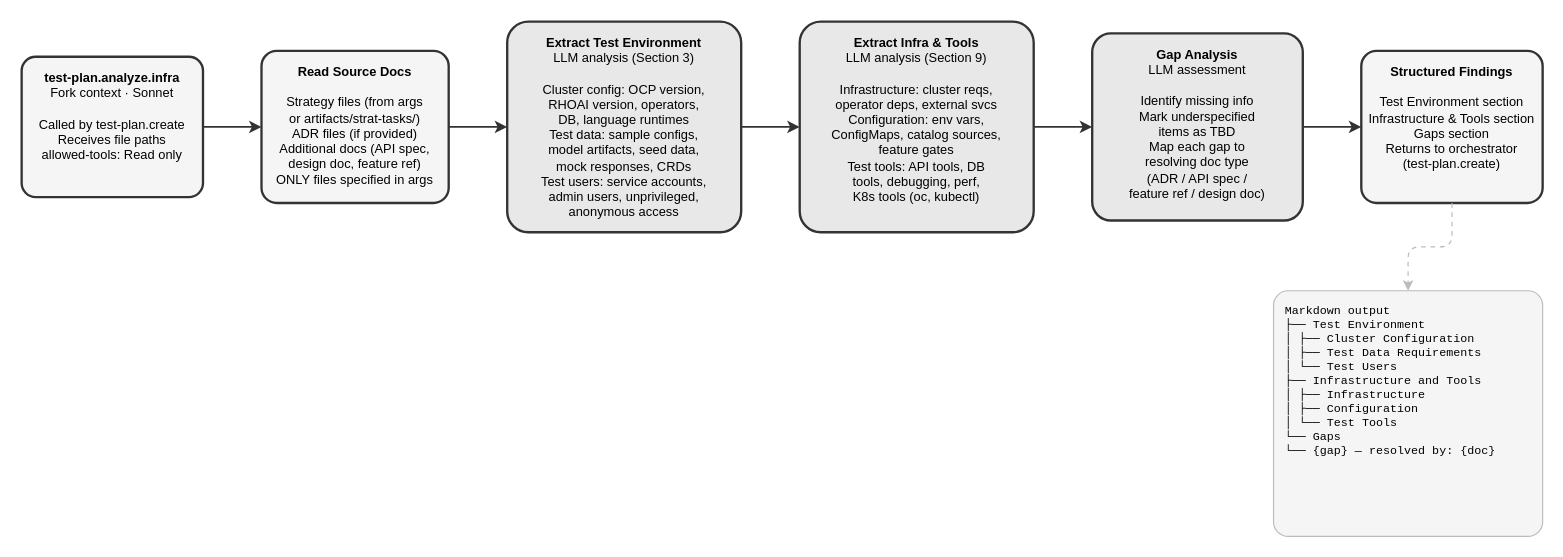
opendatahub-io/skills-registry keeps this draw.io diagram as site/docs/plugins/test-plan/test-plan.analyze.infra.drawio. Above is the earlier version. Source tidied: cells renumbered, new cells numbered last; positions are measured from the earlier drawing's top-left corner, leaving out a move shared by most shapes. Both pictures are drawn from the tidied source at 117%, with x=0, y=0 at pixel (21, 21).
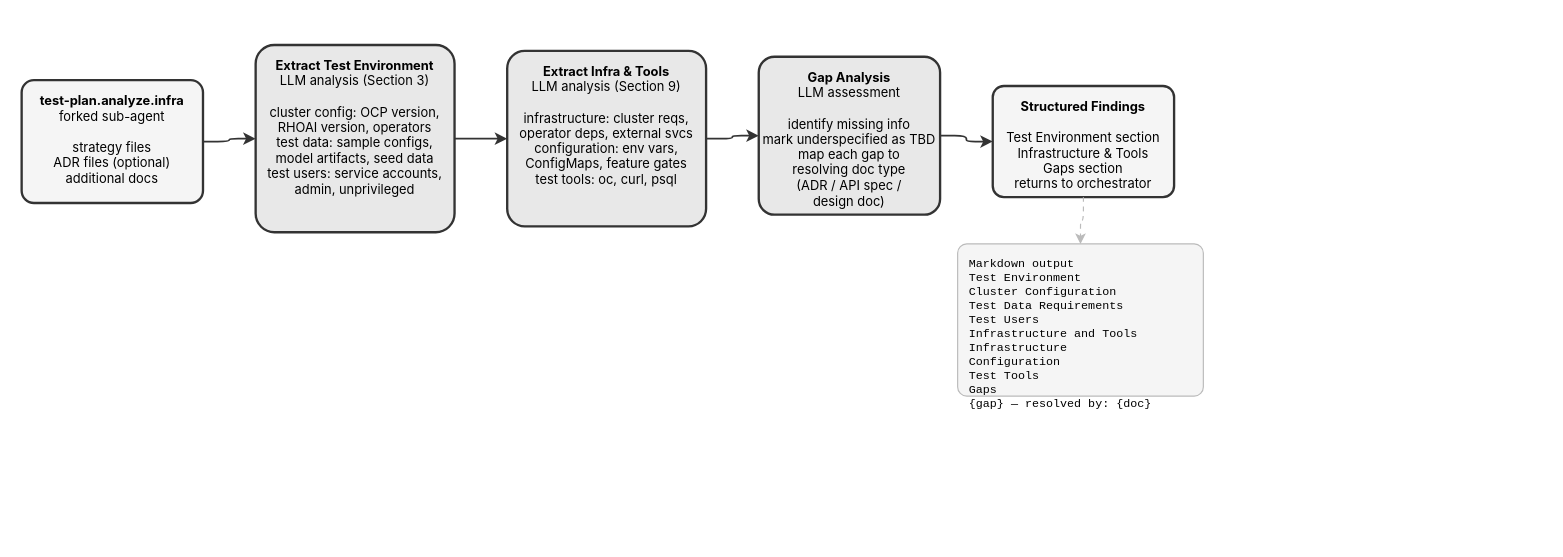
After the change.

Change to the diagram source:
```diff
@@
 <mxGraphModel>
   <root>
     <mxCell id="0" />
     <mxCell id="1" parent="0" />
-    <mxCell id="2" value="&lt;b&gt;test-plan.analyze.infra&lt;/b&gt;&lt;br&gt;Fork context · Sonnet&lt;br&gt;&lt;br&gt;Called by test-plan.create&lt;br&gt;Receives file paths&lt;br&gt;allowed-tools: Read only" style="rounded=1;whiteSpace=wrap;html=1;fillColor=#f5f5f5;strokeColor=#333333;strokeWidth=2;arcSize=10;verticalAlign=top;spacingTop=5;fontSize=11;" parent="1" vertex="1">
-      <mxGeometry y="30" width="155" height="120" as="geometry" />
+    <mxCell id="2" value="&lt;b&gt;test-plan.analyze.infra&lt;/b&gt;&lt;br&gt;forked sub-agent&lt;br&gt;&lt;br&gt;strategy files&lt;br&gt;ADR files (optional)&lt;br&gt;additional docs" style="rounded=1;whiteSpace=wrap;html=1;fillColor=#f5f5f5;strokeColor=#333333;strokeWidth=2;arcSize=10;verticalAlign=top;spacingTop=5;fontSize=11;fontFamily=Inter,Helvetica,Arial,sans-serif;" parent="1" vertex="1">
+      <mxGeometry y="50" width="155" height="105" as="geometry" />
     </mxCell>
-    <mxCell id="3" value="&lt;b&gt;Read Source Docs&lt;/b&gt;&lt;br&gt;&lt;br&gt;Strategy files (from args&lt;br&gt;or artifacts/strat-tasks/)&lt;br&gt;ADR files (if provided)&lt;br&gt;Additional docs (API spec,&lt;br&gt;design doc, feature ref)&lt;br&gt;ONLY files specified in args" style="rounded=1;whiteSpace=wrap;html=1;fillColor=#f5f5f5;strokeColor=#333333;strokeWidth=2;arcSize=10;verticalAlign=top;spacingTop=5;fontSize=11;" parent="1" vertex="1">
-      <mxGeometry x="205" y="25" width="160" height="130" as="geometry" />
-    </mxCell>
-    <mxCell id="4" value="&lt;b&gt;Extract Test Environment&lt;/b&gt;&lt;br&gt;LLM analysis (Section 3)&lt;br&gt;&lt;br&gt;Cluster config: OCP version,&lt;br&gt;RHOAI version, operators,&lt;br&gt;DB, language runtimes&lt;br&gt;Test data: sample configs,&lt;br&gt;model artifacts, seed data,&lt;br&gt;mock responses, CRDs&lt;br&gt;Test users: service accounts,&lt;br&gt;admin users, unprivileged,&lt;br&gt;anonymous access" style="rounded=1;whiteSpace=wrap;html=1;fillColor=#e8e8e8;strokeColor=#333333;strokeWidth=2;arcSize=10;verticalAlign=top;spacingTop=5;fontSize=11;" parent="1" vertex="1">
-      <mxGeometry x="415" width="200" height="180" as="geometry" />
+    <mxCell id="4" value="&lt;b&gt;Extract Test Environment&lt;/b&gt;&lt;br&gt;LLM analysis (Section 3)&lt;br&gt;&lt;br&gt;cluster config: OCP version,&lt;br&gt;RHOAI version, operators&lt;br&gt;test data: sample configs,&lt;br&gt;model artifacts, seed data&lt;br&gt;test users: service accounts,&lt;br&gt;admin, unprivileged" style="rounded=1;whiteSpace=wrap;html=1;fillColor=#e8e8e8;strokeColor=#333333;strokeWidth=2;arcSize=10;verticalAlign=top;spacingTop=5;fontSize=11;fontFamily=Inter,Helvetica,Arial,sans-serif;double=1;" parent="1" vertex="1">
+      <mxGeometry x="200" y="20" width="170" height="160" as="geometry" />
     </mxCell>
-    <mxCell id="5" value="&lt;b&gt;Extract Infra &amp;amp; Tools&lt;/b&gt;&lt;br&gt;LLM analysis (Section 9)&lt;br&gt;&lt;br&gt;Infrastructure: cluster reqs,&lt;br&gt;operator deps, external svcs&lt;br&gt;Configuration: env vars,&lt;br&gt;ConfigMaps, catalog sources,&lt;br&gt;feature gates&lt;br&gt;Test tools: API tools, DB&lt;br&gt;tools, debugging, perf,&lt;br&gt;K8s tools (oc, kubectl)" style="rounded=1;whiteSpace=wrap;html=1;fillColor=#e8e8e8;strokeColor=#333333;strokeWidth=2;arcSize=10;verticalAlign=top;spacingTop=5;fontSize=11;" parent="1" vertex="1">
-      <mxGeometry x="665" width="200" height="180" as="geometry" />
+    <mxCell id="5" value="&lt;b&gt;Extract Infra &amp; Tools&lt;/b&gt;&lt;br&gt;LLM analysis (Section 9)&lt;br&gt;&lt;br&gt;infrastructure: cluster reqs,&lt;br&gt;operator deps, external svcs&lt;br&gt;configuration: env vars,&lt;br&gt;ConfigMaps, feature gates&lt;br&gt;test tools: oc, curl, psql" style="rounded=1;whiteSpace=wrap;html=1;fillColor=#e8e8e8;strokeColor=#333333;strokeWidth=2;arcSize=10;verticalAlign=top;spacingTop=5;fontSize=11;fontFamily=Inter,Helvetica,Arial,sans-serif;double=1;" parent="1" vertex="1">
+      <mxGeometry x="415" y="25" width="170" height="150" as="geometry" />
     </mxCell>
-    <mxCell id="6" value="&lt;b&gt;Gap Analysis&lt;/b&gt;&lt;br&gt;LLM assessment&lt;br&gt;&lt;br&gt;Identify missing info&lt;br&gt;Mark underspecified&lt;br&gt;items as TBD&lt;br&gt;Map each gap to&lt;br&gt;resolving doc type&lt;br&gt;(ADR / API spec /&lt;br&gt;feature ref / design doc)" style="rounded=1;whiteSpace=wrap;html=1;fillColor=#e8e8e8;strokeColor=#333333;strokeWidth=2;arcSize=10;verticalAlign=top;spacingTop=5;fontSize=11;" parent="1" vertex="1">
-      <mxGeometry x="915" y="10" width="180" height="160" as="geometry" />
+    <mxCell id="6" value="&lt;b&gt;Gap Analysis&lt;/b&gt;&lt;br&gt;LLM assessment&lt;br&gt;&lt;br&gt;identify missing info&lt;br&gt;mark underspecified as TBD&lt;br&gt;map each gap to&lt;br&gt;resolving doc type&lt;br&gt;(ADR / API spec /&lt;br&gt;design doc)" style="rounded=1;whiteSpace=wrap;html=1;fillColor=#e8e8e8;strokeColor=#333333;strokeWidth=2;arcSize=10;verticalAlign=top;spacingTop=5;fontSize=11;fontFamily=Inter,Helvetica,Arial,sans-serif;double=1;" parent="1" vertex="1">
+      <mxGeometry x="630" y="30" width="155" height="135" as="geometry" />
     </mxCell>
-    <mxCell id="7" value="&lt;b&gt;Structured Findings&lt;/b&gt;&lt;br&gt;&lt;br&gt;Test Environment section&lt;br&gt;Infrastructure &amp;amp; Tools section&lt;br&gt;Gaps section&lt;br&gt;Returns to orchestrator&lt;br&gt;(test-plan.create)" style="rounded=1;whiteSpace=wrap;html=1;fillColor=#f5f5f5;strokeColor=#333333;strokeWidth=2;arcSize=10;verticalAlign=top;spacingTop=5;fontSize=11;" parent="1" vertex="1">
-      <mxGeometry x="1145" y="25" width="155" height="130" as="geometry" />
-    </mxCell>
+    <mxCell id="15" value="&lt;b&gt;Structured Findings&lt;/b&gt;&lt;br&gt;&lt;br&gt;Test Environment section&lt;br&gt;Infrastructure &amp; Tools&lt;br&gt;Gaps section&lt;br&gt;returns to orchestrator" style="rounded=1;whiteSpace=wrap;html=1;fillColor=#f5f5f5;strokeColor=#333333;strokeWidth=2;arcSize=10;verticalAlign=top;spacingTop=5;fontSize=11;fontFamily=Inter,Helvetica,Arial,sans-serif;" parent="1" vertex="1">
+      <mxGeometry x="830" y="55" width="155" height="95" as="geometry" />
+    </mxCell>
-    <mxCell id="8" value="Markdown output&lt;br&gt;├── Test Environment&lt;br&gt;│   ├── Cluster Configuration&lt;br&gt;│   ├── Test Data Requirements&lt;br&gt;│   └── Test Users&lt;br&gt;├── Infrastructure and Tools&lt;br&gt;│   ├── Infrastructure&lt;br&gt;│   ├── Configuration&lt;br&gt;│   └── Test Tools&lt;br&gt;└── Gaps&lt;br&gt;    └── {gap} — resolved by: {doc}" style="rounded=1;whiteSpace=wrap;html=1;fillColor=#f5f5f5;strokeColor=#bbbbbb;strokeWidth=1;arcSize=6;verticalAlign=top;spacingTop=5;align=left;spacingLeft=8;fontSize=10;fontFamily=Courier New;" parent="1" vertex="1">
-      <mxGeometry x="1070" y="230" width="230" height="210" as="geometry" />
+    <mxCell id="8" value="Markdown output&lt;br&gt;  Test Environment&lt;br&gt;    Cluster Configuration&lt;br&gt;    Test Data Requirements&lt;br&gt;    Test Users&lt;br&gt;  Infrastructure and Tools&lt;br&gt;    Infrastructure&lt;br&gt;    Configuration&lt;br&gt;    Test Tools&lt;br&gt;  Gaps&lt;br&gt;    {gap} — resolved by: {doc}" style="rounded=1;whiteSpace=wrap;html=1;fillColor=#f5f5f5;strokeColor=#bbbbbb;strokeWidth=1;arcSize=6;verticalAlign=top;spacingTop=5;align=left;spacingLeft=8;fontSize=10;fontFamily=JetBrains Mono,Courier New,monospace;" parent="1" vertex="1">
+      <mxGeometry x="800" y="190" width="210" height="130" as="geometry" />
     </mxCell>
-    <mxCell id="9" style="edgeStyle=orthogonalEdgeStyle;rounded=1;strokeColor=#333333;strokeWidth=1.5;html=1;" parent="1" edge="1" source="2" target="3">
+    <mxCell id="9" style="edgeStyle=orthogonalEdgeStyle;rounded=1;strokeColor=#333333;strokeWidth=1.5;html=1;fontFamily=Inter,Helvetica,Arial,sans-serif;exitX=1;exitY=0.5;exitDx=0;exitDy=0;entryX=0;entryY=0.5;entryDx=0;entryDy=0;" parent="1" edge="1" source="2" target="4">
       <mxGeometry relative="1" as="geometry" />
     </mxCell>
-    <mxCell id="10" style="edgeStyle=orthogonalEdgeStyle;rounded=1;strokeColor=#333333;strokeWidth=1.5;html=1;" parent="1" edge="1" source="3" target="4">
+    <mxCell id="10" style="edgeStyle=orthogonalEdgeStyle;rounded=1;strokeColor=#333333;strokeWidth=1.5;html=1;fontFamily=Inter,Helvetica,Arial,sans-serif;exitX=1;exitY=0.5;exitDx=0;exitDy=0;entryX=0;entryY=0.5;entryDx=0;entryDy=0;" parent="1" edge="1" source="4" target="5">
       <mxGeometry relative="1" as="geometry" />
     </mxCell>
-    <mxCell id="11" style="edgeStyle=orthogonalEdgeStyle;rounded=1;strokeColor=#333333;strokeWidth=1.5;html=1;" parent="1" edge="1" source="4" target="5">
+    <mxCell id="11" style="edgeStyle=orthogonalEdgeStyle;rounded=1;strokeColor=#333333;strokeWidth=1.5;html=1;fontFamily=Inter,Helvetica,Arial,sans-serif;exitX=1;exitY=0.5;exitDx=0;exitDy=0;entryX=0;entryY=0.5;entryDx=0;entryDy=0;" parent="1" edge="1" source="5" target="6">
       <mxGeometry relative="1" as="geometry" />
     </mxCell>
-    <mxCell id="12" style="edgeStyle=orthogonalEdgeStyle;rounded=1;strokeColor=#333333;strokeWidth=1.5;html=1;" parent="1" edge="1" source="5" target="6">
+    <mxCell id="12" style="edgeStyle=orthogonalEdgeStyle;rounded=1;strokeColor=#333333;strokeWidth=1.5;html=1;fontFamily=Inter,Helvetica,Arial,sans-serif;exitX=1;exitY=0.5;exitDx=0;exitDy=0;entryX=0;entryY=0.5;entryDx=0;entryDy=0;" parent="1" edge="1" source="6" target="15">
       <mxGeometry relative="1" as="geometry" />
     </mxCell>
-    <mxCell id="13" style="edgeStyle=orthogonalEdgeStyle;rounded=1;strokeColor=#333333;strokeWidth=1.5;html=1;" parent="1" edge="1" source="6" target="7">
-      <mxGeometry relative="1" as="geometry" />
-    </mxCell>
-    <mxCell id="14" style="edgeStyle=orthogonalEdgeStyle;rounded=1;strokeColor=#bbbbbb;strokeWidth=1;dashed=1;dashPattern=4 4;html=1;" parent="1" edge="1" source="7" target="8">
+    <mxCell id="14" style="edgeStyle=orthogonalEdgeStyle;rounded=1;strokeColor=#bbbbbb;strokeWidth=1;dashed=1;dashPattern=4 4;html=1;fontFamily=Inter,Helvetica,Arial,sans-serif;exitX=0.5;exitY=1;exitDx=0;exitDy=0;entryX=0.5;entryY=0;entryDx=0;entryDy=0;" parent="1" edge="1" source="15" target="8">
       <mxGeometry relative="1" as="geometry" />
     </mxCell>
   </root>
 </mxGraphModel>
```
